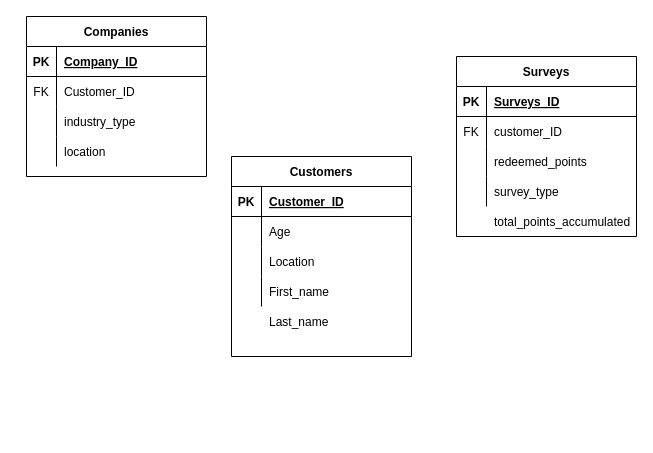
Before: Survey_Project.drawio in lkingl123/SQL-Database-Project, a draw.io diagram. Source tidied: cells renumbered, new cells numbered last; positions are measured from the earlier drawing's top-left corner, leaving out a move shared by most shapes. Both pictures are drawn from the tidied source at 100%, with x=0, y=0 at pixel (26, 16).
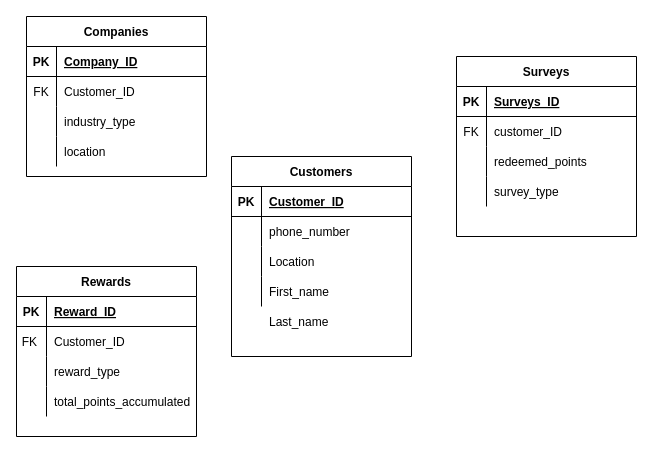
Above is the later version.

The change refers to these unchanged cells:
```xml
<mxCell id="6" style="shape=tableRow;horizontal=0;startSize=0;swimlaneHead=0;swimlaneBody=0;fillColor=none;top=0;left=0;right=0;bottom=0;" parent="2" vertex="1">
  <mxGeometry y="60" width="180" height="30" as="geometry" />
</mxCell>
```

What changed in the source:
```diff
@@
-    <mxCell id="8" value="Age" style="shape=partialRectangle;fillColor=none;top=0;left=0;bottom=0;right=0;align=left;spacingLeft=6;overflow=hidden;" parent="6" vertex="1">
+    <mxCell id="8" value="phone_number" style="shape=partialRectangle;fillColor=none;top=0;left=0;bottom=0;right=0;align=left;spacingLeft=6;overflow=hidden;" parent="6" vertex="1">
       <mxGeometry x="30" width="150" height="30" as="geometry" />
     </mxCell>
@@
+    <mxCell id="43" value="Rewards" style="shape=table;startSize=30;childLayout=tableLayout;rowLines=0;fontStyle=1;align=center;" parent="1" vertex="1">
+      <mxGeometry x="-10" y="250" width="180" height="170" as="geometry" />
+    </mxCell>
+    <mxCell id="44" style="shape=tableRow;horizontal=0;startSize=0;swimlaneHead=0;swimlaneBody=0;fillColor=none;top=0;left=0;right=0;bottom=1;" parent="43" vertex="1">
+      <mxGeometry y="30" width="180" height="30" as="geometry" />
+    </mxCell>
+    <mxCell id="45" value="PK" style="shape=partialRectangle;fillColor=none;top=0;left=0;bottom=0;right=0;fontStyle=1;overflow=hidden;" parent="44" vertex="1">
+      <mxGeometry width="30" height="30" as="geometry" />
+    </mxCell>
+    <mxCell id="46" value="Reward_ID" style="shape=partialRectangle;fillColor=none;top=0;left=0;bottom=0;right=0;align=left;spacingLeft=6;fontStyle=5;overflow=hidden;" parent="44" vertex="1">
+      <mxGeometry x="30" width="150" height="30" as="geometry" />
+    </mxCell>
+    <mxCell id="47" style="shape=tableRow;horizontal=0;startSize=0;swimlaneHead=0;swimlaneBody=0;fillColor=none;top=0;left=0;right=0;bottom=0;" parent="43" vertex="1">
+      <mxGeometry y="60" width="180" height="30" as="geometry" />
+    </mxCell>
+    <mxCell id="48" value="FK " style="shape=partialRectangle;fillColor=none;top=0;left=0;bottom=0;right=0;overflow=hidden;" parent="47" vertex="1">
+      <mxGeometry width="30" height="30" as="geometry" />
+    </mxCell>
+    <mxCell id="49" value="Customer_ID" style="shape=partialRectangle;fillColor=none;top=0;left=0;bottom=0;right=0;align=left;spacingLeft=6;overflow=hidden;" parent="47" vertex="1">
+      <mxGeometry x="30" width="150" height="30" as="geometry" />
+    </mxCell>
+    <mxCell id="50" style="shape=tableRow;horizontal=0;startSize=0;swimlaneHead=0;swimlaneBody=0;fillColor=none;top=0;left=0;right=0;bottom=0;" parent="43" vertex="1">
+      <mxGeometry y="90" width="180" height="30" as="geometry" />
+    </mxCell>
+    <mxCell id="51" style="shape=partialRectangle;fillColor=none;top=0;left=0;bottom=0;right=0;overflow=hidden;" parent="50" vertex="1">
+      <mxGeometry width="30" height="30" as="geometry" />
+    </mxCell>
+    <mxCell id="52" value="reward_type" style="shape=partialRectangle;fillColor=none;top=0;left=0;bottom=0;right=0;align=left;spacingLeft=6;overflow=hidden;" parent="50" vertex="1">
+      <mxGeometry x="30" width="150" height="30" as="geometry" />
+    </mxCell>
+    <mxCell id="53" style="shape=tableRow;horizontal=0;startSize=0;swimlaneHead=0;swimlaneBody=0;fillColor=none;top=0;left=0;right=0;bottom=0;" parent="43" vertex="1">
+      <mxGeometry y="120" width="180" height="30" as="geometry" />
+    </mxCell>
+    <mxCell id="54" style="shape=partialRectangle;fillColor=none;top=0;left=0;bottom=0;right=0;overflow=hidden;" parent="53" vertex="1">
+      <mxGeometry width="30" height="30" as="geometry" />
+    </mxCell>
+    <mxCell id="55" style="shape=partialRectangle;fillColor=none;top=0;left=0;bottom=0;right=0;align=left;spacingLeft=6;overflow=hidden;" parent="53" vertex="1">
+      <mxGeometry x="30" width="150" height="30" as="geometry" />
+    </mxCell>
     <mxCell id="42" value="total_points_accumulated" style="shape=partialRectangle;fillColor=none;top=0;left=0;bottom=0;right=0;align=left;spacingLeft=6;overflow=hidden;" parent="1" vertex="1">
-      <mxGeometry x="460" y="190" width="150" height="30" as="geometry" />
+      <mxGeometry x="20" y="370" width="150" height="30" as="geometry" />
     </mxCell>
```
